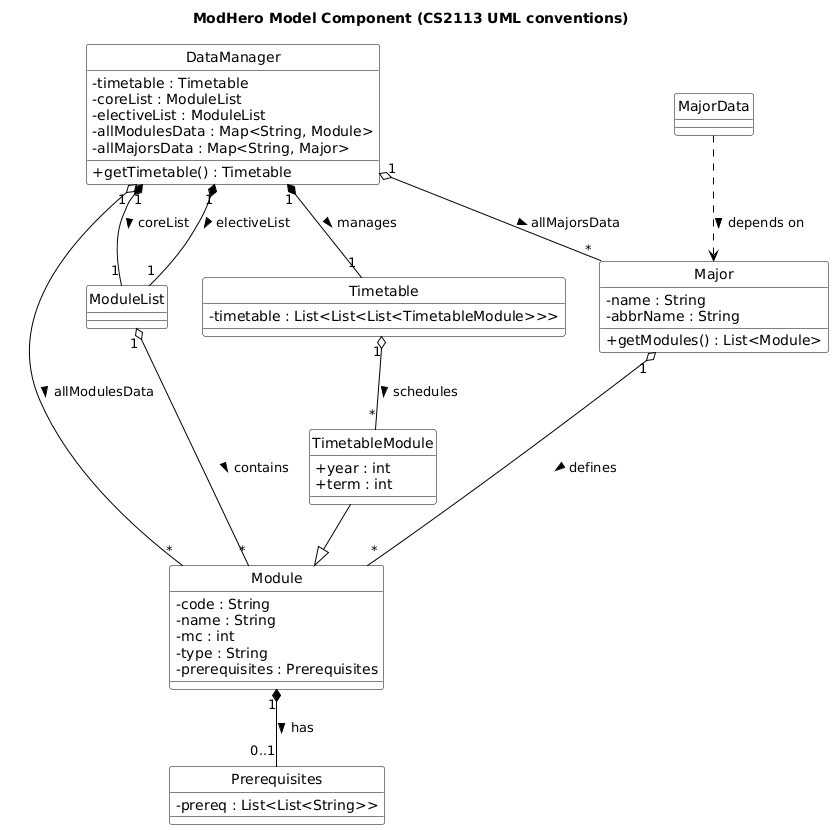
Before: docs/diagrams/ModelClassDiagram.png, a diagram exported from PlantUML (mendax1234/tp).
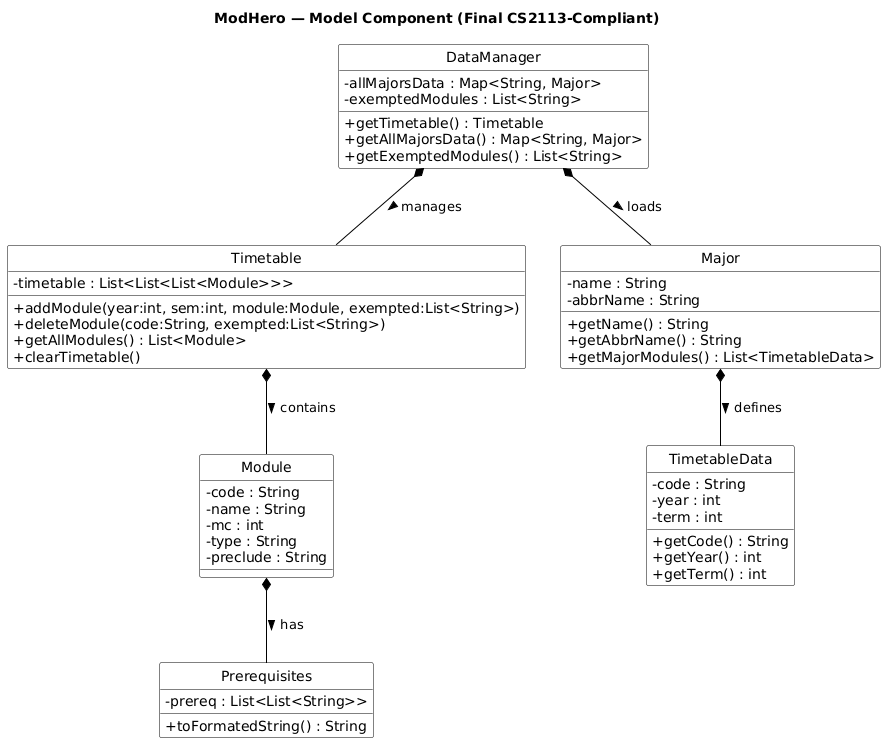
The same file after the commit.

Change to the diagram source:
```diff
@@ -1,5 +1,5 @@
 @startuml
-title ModHero Model Component (CS2113 UML conventions)
+title ModHero — Model Component (Final CS2113-Compliant)
 
 hide circle
 hide stereotypes
@@ -11,59 +11,55 @@
 skinparam ClassBorderColor black
 skinparam ClassBackgroundColor white
 
-
 class DataManager {
-  - timetable : Timetable
-  - coreList : ModuleList
-  - electiveList : ModuleList
-  - allModulesData : Map<String, Module>
   - allMajorsData : Map<String, Major>
+  - exemptedModules : List<String>
   + getTimetable() : Timetable
+  + getAllMajorsData() : Map<String, Major>
+  + getExemptedModules() : List<String>
 }
 
-class Major {
-  - name : String
-  - abbrName : String
-  + getModules() : List<Module>
+class Timetable {
+  - timetable : List<List<List<Module>>>
+  + addModule(year:int, sem:int, module:Module, exempted:List<String>)
+  + deleteModule(code:String, exempted:List<String>)
+  + getAllModules() : List<Module>
+  + clearTimetable()
 }
-
-class MajorData
 
 class Module {
   - code : String
   - name : String
   - mc : int
   - type : String
-  - prerequisites : Prerequisites
+  - preclude : String
 }
-
-class TimetableModule {
-  + year : int
-  + term : int
-}
-
-class ModuleList
 
 class Prerequisites {
   - prereq : List<List<String>>
+  + toFormatedString() : String
 }
 
-class Timetable {
-  - timetable : List<List<List<TimetableModule>>>
+class Major {
+  - name : String
+  - abbrName : String
+  + getName() : String
+  + getAbbrName() : String
+  + getMajorModules() : List<TimetableData>
 }
 
+class TimetableData {
+  - code : String
+  - year : int
+  - term : int
+  + getCode() : String
+  + getYear() : int
+  + getTerm() : int
+}
 
-DataManager "1" *-- "1" Timetable : manages >
-DataManager "1" *-- "1" ModuleList : coreList >
-DataManager "1" *-- "1" ModuleList : electiveList >
-DataManager "1" o-- "*" Module : allModulesData >
-DataManager "1" o-- "*" Major : allMajorsData >
-
-Major "1" o-- "*" Module : defines >
-ModuleList "1" o-- "*" Module : contains >
-Module "1" *-- "0..1" Prerequisites : has >
-Timetable "1" o-- "*" TimetableModule : schedules >
-MajorData ..> Major : depends on >
-
-TimetableModule --|> Module
+DataManager *-- Timetable : manages >
+DataManager *-- Major : loads >
+Timetable *-- Module : contains >
+Module *-- Prerequisites : has >
+Major *-- TimetableData : defines >
 @enduml
```
